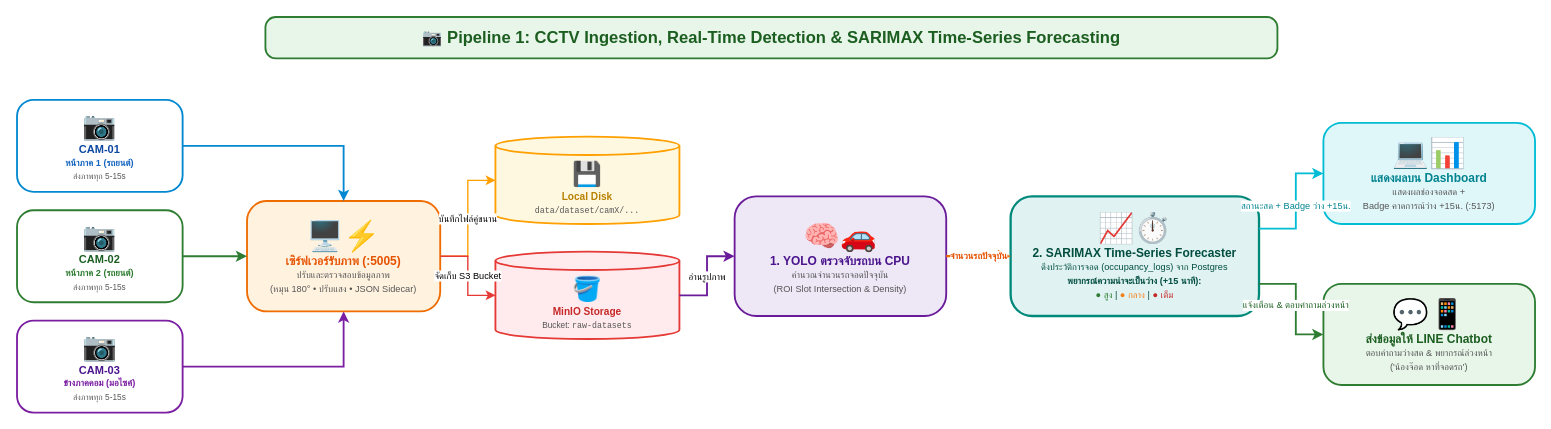
This is page "2. CCTV Capture & Ingestion Pipeline" (2 of 7) of diagrams/overviews.drawio from price-of-sungkhanakharin/mini-pro-eco, a draw.io file, before an edit. Source tidied: cells renumbered, new cells numbered last; positions are measured from the earlier drawing's top-left corner, leaving out a move shared by most shapes. Both pictures are drawn from the tidied source at 92%, with x=0, y=0 at pixel (17, 17).
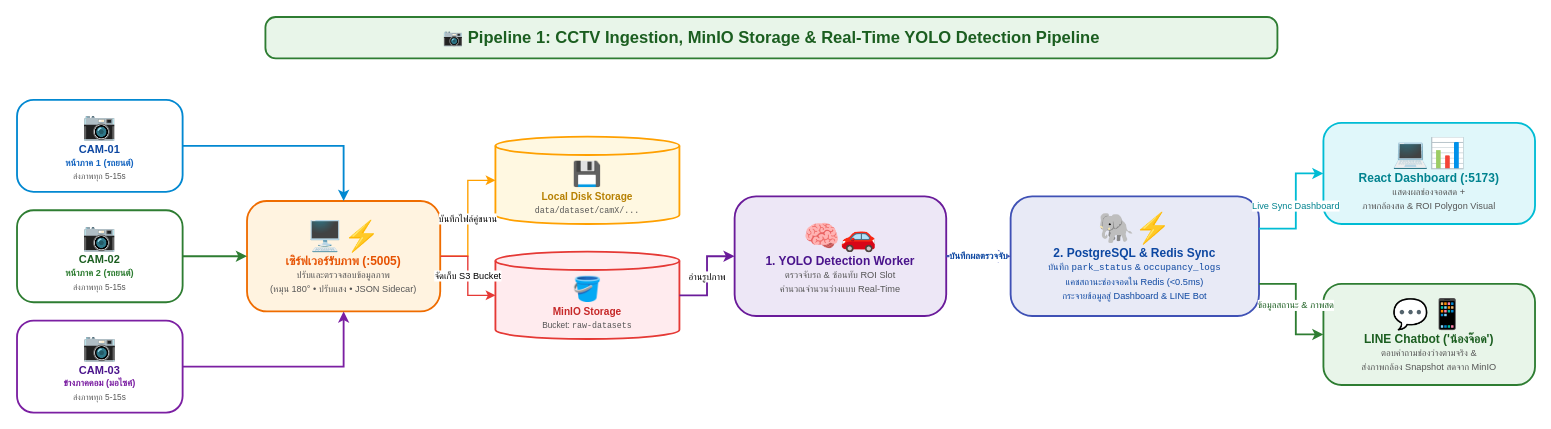
After the change.

Commit message (it also covers changes not shown here):
docs(diagrams): update overviews.drawio to accurately reflect real architecture (Private GPU node, YOLO, dotBlue AI LLM, Label Studio on-prem)

Change to the diagram source:
```diff
@@
-    <mxCell id="2" value="&lt;b style='font-size:18px;color:#1B5E20;'&gt;📷 Pipeline 1: CCTV Ingestion, Real-Time Detection &amp; SARIMAX Time-Series Forecasting&lt;/b&gt;" style="rounded=1;whiteSpace=wrap;html=1;fillColor=#E8F5E9;strokeColor=#2E7D32;strokeWidth=2;arcSize=25;align=center;" parent="1" vertex="1">
+    <mxCell id="2" value="&lt;b style='font-size:18px;color:#1B5E20;'&gt;📷 Pipeline 1: CCTV Ingestion, MinIO Storage &amp; Real-Time YOLO Detection Pipeline&lt;/b&gt;" style="rounded=1;whiteSpace=wrap;html=1;fillColor=#E8F5E9;strokeColor=#2E7D32;strokeWidth=2;arcSize=25;align=center;" parent="1" vertex="1">
       <mxGeometry x="270" width="1100" height="45" as="geometry" />
     </mxCell>
@@
-    <mxCell id="7" value="&lt;div style='text-align:center;'&gt;&lt;span style='font-size:26px;'&gt;💾&lt;/span&gt;&lt;br/&gt;&lt;b style='font-size:11px;color:#B78103;'&gt;Local Disk&lt;/b&gt;&lt;br/&gt;&lt;span style='font-size:9px;color:#555;'&gt;&lt;code&gt;data/dataset/camX/...&lt;/code&gt;&lt;/span&gt;&lt;/div&gt;" style="shape=cylinder3;whiteSpace=wrap;html=1;boundedLbl=1;backgroundOutline=1;size=10;fillColor=#FFF8E1;strokeColor=#FFA000;strokeWidth=2;" parent="1" vertex="1">
+    <mxCell id="7" value="&lt;div style='text-align:center;'&gt;&lt;span style='font-size:26px;'&gt;💾&lt;/span&gt;&lt;br/&gt;&lt;b style='font-size:11px;color:#B78103;'&gt;Local Disk Storage&lt;/b&gt;&lt;br/&gt;&lt;span style='font-size:9px;color:#555;'&gt;&lt;code&gt;data/dataset/camX/...&lt;/code&gt;&lt;/span&gt;&lt;/div&gt;" style="shape=cylinder3;whiteSpace=wrap;html=1;boundedLbl=1;backgroundOutline=1;size=10;fillColor=#FFF8E1;strokeColor=#FFA000;strokeWidth=2;" parent="1" vertex="1">
       <mxGeometry x="520" y="130" width="200" height="95" as="geometry" />
     </mxCell>
@@
-    <mxCell id="9" value="&lt;div style='text-align:center;'&gt;&lt;span style='font-size:32px;'&gt;🧠🚗&lt;/span&gt;&lt;br/&gt;&lt;b style='font-size:13px;color:#4A148C;'&gt;1. YOLO ตรวจจับรถบน CPU&lt;/b&gt;&lt;br/&gt;&lt;span style='font-size:10px;color:#555;'&gt;คำนวณจำนวนรถจอดปัจจุบัน&lt;br/&gt;(ROI Slot Intersection &amp; Density)&lt;/span&gt;&lt;/div&gt;" style="rounded=1;whiteSpace=wrap;html=1;fillColor=#EDE7F6;strokeColor=#6A1B9A;strokeWidth=2;arcSize=18;" parent="1" vertex="1">
+    <mxCell id="9" value="&lt;div style='text-align:center;'&gt;&lt;span style='font-size:32px;'&gt;🧠🚗&lt;/span&gt;&lt;br/&gt;&lt;b style='font-size:13px;color:#4A148C;'&gt;1. YOLO Detection Worker&lt;/b&gt;&lt;br/&gt;&lt;span style='font-size:10px;color:#555;'&gt;ตรวจจับรถ &amp;amp; ซ้อนทับ ROI Slot&lt;br/&gt;คำนวณจำนวนว่างแบบ Real-Time&lt;/span&gt;&lt;/div&gt;" style="rounded=1;whiteSpace=wrap;html=1;fillColor=#EDE7F6;strokeColor=#6A1B9A;strokeWidth=2;arcSize=18;" parent="1" vertex="1">
       <mxGeometry x="780" y="195" width="230" height="130" as="geometry" />
     </mxCell>
-    <mxCell id="10" value="&lt;div style='text-align:center;'&gt;&lt;span style='font-size:32px;'&gt;📈⏱️&lt;/span&gt;&lt;br/&gt;&lt;b style='font-size:13px;color:#004D40;'&gt;2. SARIMAX Time-Series Forecaster&lt;/b&gt;&lt;br/&gt;&lt;span style='font-size:10px;color:#004D40;line-height:14px;'&gt;ดึงประวัติการจอด (occupancy_logs) จาก Postgres&lt;br/&gt;&lt;b&gt;พยากรณ์ความน่าจะเป็นว่าง (+15 นาที):&lt;/b&gt;&lt;br/&gt;&lt;span style='color:#2E7D32;'&gt;● สูง&lt;/span&gt; | &lt;span style='color:#F57F17;'&gt;● กลาง&lt;/span&gt; | &lt;span style='color:#C62828;'&gt;● เต็ม&lt;/span&gt;&lt;/span&gt;&lt;/div&gt;" style="rounded=1;whiteSpace=wrap;html=1;fillColor=#E0F2F1;strokeColor=#00897B;strokeWidth=2.5;arcSize=18;" parent="1" vertex="1">
-      <mxGeometry x="1080" y="195" width="270" height="130" as="geometry" />
-    </mxCell>
+    <mxCell id="22" value="&lt;div style='text-align:center;'&gt;&lt;span style='font-size:32px;'&gt;🐘⚡&lt;/span&gt;&lt;br/&gt;&lt;b style='font-size:13px;color:#0D47A1;'&gt;2. PostgreSQL &amp;amp; Redis Sync&lt;/b&gt;&lt;br/&gt;&lt;span style='font-size:10px;color:#0D47A1;line-height:14px;'&gt;บันทึก &lt;code&gt;park_status&lt;/code&gt; &amp;amp; &lt;code&gt;occupancy_logs&lt;/code&gt;&lt;br/&gt;แคชสถานะช่องจอดใน Redis (&amp;lt;0.5ms)&lt;br/&gt;กระจายข้อมูลสู่ Dashboard &amp;amp; LINE Bot&lt;/span&gt;&lt;/div&gt;" style="rounded=1;whiteSpace=wrap;html=1;fillColor=#E8EAF6;strokeColor=#3F51B5;strokeWidth=2;arcSize=18;" parent="1" vertex="1">
+      <mxGeometry x="1080" y="195" width="270" height="130" as="geometry" />
+    </mxCell>
-    <mxCell id="11" value="&lt;div style='text-align:center;'&gt;&lt;span style='font-size:32px;'&gt;💻📊&lt;/span&gt;&lt;br/&gt;&lt;b style='font-size:13px;color:#00838F;'&gt;แสดงผลบน Dashboard&lt;/b&gt;&lt;br/&gt;&lt;span style='font-size:10px;color:#555;'&gt;แสดงผลช่องจอดสด +&lt;br/&gt;Badge คาดการณ์ว่าง +15น. (:5173)&lt;/span&gt;&lt;/div&gt;" style="rounded=1;whiteSpace=wrap;html=1;fillColor=#E0F7FA;strokeColor=#00BCD4;strokeWidth=2;arcSize=18;" parent="1" vertex="1">
+    <mxCell id="11" value="&lt;div style='text-align:center;'&gt;&lt;span style='font-size:32px;'&gt;💻📊&lt;/span&gt;&lt;br/&gt;&lt;b style='font-size:13px;color:#00838F;'&gt;React Dashboard (:5173)&lt;/b&gt;&lt;br/&gt;&lt;span style='font-size:10px;color:#555;'&gt;แสดงผลช่องจอดสด +&lt;br/&gt;ภาพกล้องสด &amp;amp; ROI Polygon Visual&lt;/span&gt;&lt;/div&gt;" style="rounded=1;whiteSpace=wrap;html=1;fillColor=#E0F7FA;strokeColor=#00BCD4;strokeWidth=2;arcSize=18;" parent="1" vertex="1">
       <mxGeometry x="1420" y="115" width="230" height="110" as="geometry" />
     </mxCell>
-    <mxCell id="12" value="&lt;div style='text-align:center;'&gt;&lt;span style='font-size:32px;'&gt;💬📱&lt;/span&gt;&lt;br/&gt;&lt;b style='font-size:13px;color:#1B5E20;'&gt;ส่งข้อมูลให้ LINE Chatbot&lt;/b&gt;&lt;br/&gt;&lt;span style='font-size:10px;color:#555;'&gt;ตอบคำถามว่างสด &amp; พยากรณ์ล่วงหน้า&lt;br/&gt;('น้องจ๊อด หาที่จอดรถ')&lt;/span&gt;&lt;/div&gt;" style="rounded=1;whiteSpace=wrap;html=1;fillColor=#E8F5E9;strokeColor=#2E7D32;strokeWidth=2;arcSize=18;" parent="1" vertex="1">
+    <mxCell id="12" value="&lt;div style='text-align:center;'&gt;&lt;span style='font-size:32px;'&gt;💬📱&lt;/span&gt;&lt;br/&gt;&lt;b style='font-size:13px;color:#1B5E20;'&gt;LINE Chatbot ('น้องจ๊อด')&lt;/b&gt;&lt;br/&gt;&lt;span style='font-size:10px;color:#555;'&gt;ตอบคำถามช่องว่างตามจริง &amp;amp;&lt;br/&gt;ส่งภาพกล้อง Snapshot สดจาก MinIO&lt;/span&gt;&lt;/div&gt;" style="rounded=1;whiteSpace=wrap;html=1;fillColor=#E8F5E9;strokeColor=#2E7D32;strokeWidth=2;arcSize=18;" parent="1" vertex="1">
       <mxGeometry x="1420" y="290" width="230" height="110" as="geometry" />
     </mxCell>
@@
-    <mxCell id="19" value="จำนวนรถปัจจุบัน" style="edgeStyle=orthogonalEdgeStyle;rounded=0;html=1;strokeColor=#EF6C00;strokeWidth=2.5;endArrow=classic;fontSize=10;fontColor=#E65100;fontStyle=1;labelBackgroundColor=#ffffff;" parent="1" edge="1" source="9" target="10">
+    <mxCell id="19" value="บันทึกผลตรวจจับ" style="edgeStyle=orthogonalEdgeStyle;rounded=0;html=1;strokeColor=#3F51B5;strokeWidth=2.5;endArrow=classic;fontSize=10;fontColor=#0D47A1;fontStyle=1;labelBackgroundColor=#ffffff;" parent="1" edge="1" source="9" target="22">
       <mxGeometry relative="1" as="geometry" />
     </mxCell>
-    <mxCell id="20" value="สถานะสด + Badge ว่าง +15น." style="edgeStyle=orthogonalEdgeStyle;rounded=0;html=1;strokeColor=#00BCD4;strokeWidth=2;endArrow=classic;fontSize=10;fontColor=#00838F;labelBackgroundColor=#ffffff;" parent="1" edge="1" source="10" target="11">
+    <mxCell id="20" value="Live Sync Dashboard" style="edgeStyle=orthogonalEdgeStyle;rounded=0;html=1;strokeColor=#00BCD4;strokeWidth=2;endArrow=classic;fontSize=10;fontColor=#00838F;labelBackgroundColor=#ffffff;" parent="1" edge="1" source="22" target="11">
       <mxGeometry relative="1" as="geometry">
         <Array as="points">
           <mxPoint x="1350" y="230" />
           <mxPoint x="1390" y="230" />
           <mxPoint x="1390" y="170" />
           <mxPoint x="1420" y="170" />
         </Array>
       </mxGeometry>
     </mxCell>
-    <mxCell id="21" value="แจ้งเตือน &amp; ตอบคำถามล่วงหน้า" style="edgeStyle=orthogonalEdgeStyle;rounded=0;html=1;strokeColor=#2E7D32;strokeWidth=2;endArrow=classic;fontSize=10;fontColor=#1B5E20;labelBackgroundColor=#ffffff;" parent="1" edge="1" source="10" target="12">
+    <mxCell id="21" value="ข้อมูลสถานะ &amp;amp; ภาพสด" style="edgeStyle=orthogonalEdgeStyle;rounded=0;html=1;strokeColor=#2E7D32;strokeWidth=2;endArrow=classic;fontSize=10;fontColor=#1B5E20;labelBackgroundColor=#ffffff;" parent="1" edge="1" source="22" target="12">
       <mxGeometry relative="1" as="geometry">
         <Array as="points">
           <mxPoint x="1350" y="290" />
           <mxPoint x="1390" y="290" />
           <mxPoint x="1390" y="345" />
           <mxPoint x="1420" y="345" />
         </Array>
       </mxGeometry>
     </mxCell>
```
